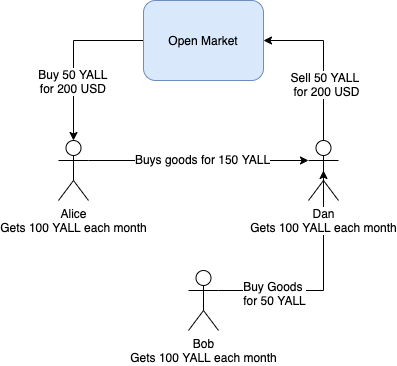
Earlier version of the draw.io export images/yalland-4.png (yalland-ubi/yalland-docs). Source tidied: cells renumbered, new cells last; positions are measured from the earlier drawing's top-left corner, leaving out a move shared by most shapes.
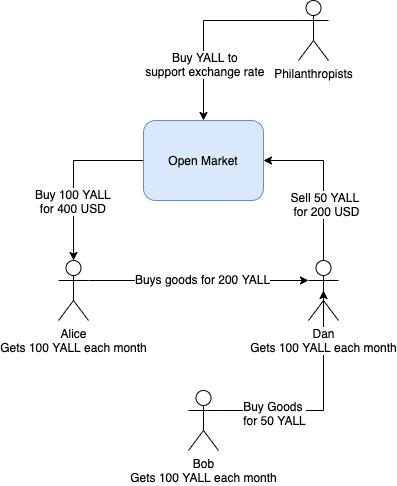
After the commit.

The edit, as a diff of the source:
```diff
@@ -5,7 +5,7 @@
     <mxCell id="2" style="edgeStyle=orthogonalEdgeStyle;rounded=0;jettySize=auto;html=1;exitX=1;exitY=0.3333333333333333;exitDx=0;exitDy=0;exitPerimeter=0;entryX=0;entryY=0.3333333333333333;entryDx=0;entryDy=0;entryPerimeter=0;" parent="1" edge="1" source="4" target="10">
       <mxGeometry relative="1" as="geometry" />
     </mxCell>
-    <mxCell id="3" value="Buys goods for 150 YALL" style="text;html=1;align=center;verticalAlign=middle;labelBackgroundColor=#ffffff;" parent="2" vertex="1">
+    <mxCell id="3" value="Buys goods for 200 YALL" style="text;html=1;align=center;verticalAlign=middle;labelBackgroundColor=#ffffff;" parent="2" vertex="1">
       <mxGeometry x="0.03" y="2" relative="1" as="geometry" />
     </mxCell>
     <mxCell id="4" value="Alice&lt;br&gt;Gets 100 YALL each month" style="shape=umlActor;verticalLabelPosition=bottom;labelBackgroundColor=#ffffff;verticalAlign=top;html=1;outlineConnect=0;" parent="1" vertex="1">
@@ -32,7 +32,7 @@
     <mxCell id="11" style="edgeStyle=orthogonalEdgeStyle;rounded=0;jettySize=auto;html=1;exitX=0;exitY=0.5;exitDx=0;exitDy=0;entryX=0.5;entryY=0;entryDx=0;entryDy=0;entryPerimeter=0;" parent="1" edge="1" source="13" target="4">
       <mxGeometry relative="1" as="geometry" />
     </mxCell>
-    <mxCell id="12" value="Buy 50 YALL &lt;br&gt;for 200 USD&amp;nbsp;" style="text;html=1;align=center;verticalAlign=middle;labelBackgroundColor=#ffffff;" parent="11" vertex="1">
+    <mxCell id="12" value="Buy 100 YALL &lt;br&gt;for 400 USD&amp;nbsp;" style="text;html=1;align=center;verticalAlign=middle;labelBackgroundColor=#ffffff;" parent="11" vertex="1">
       <mxGeometry x="-0.19" y="15" relative="1" as="geometry">
         <mxPoint x="-1" y="25" as="offset" />
       </mxGeometry>
@@ -40,5 +40,14 @@
     <mxCell id="13" value="Open Market" style="rounded=1;whiteSpace=wrap;html=1;fillColor=#dae8fc;strokeColor=#6c8ebf;" parent="1" vertex="1">
       <mxGeometry x="85" width="120" height="80" as="geometry" />
     </mxCell>
+    <mxCell id="14" style="edgeStyle=orthogonalEdgeStyle;rounded=0;jettySize=auto;html=1;exitX=0;exitY=0.3333333333333333;exitDx=0;exitDy=0;exitPerimeter=0;entryX=0.5;entryY=0;entryDx=0;entryDy=0;" parent="1" edge="1" source="16" target="13">
+      <mxGeometry relative="1" as="geometry" />
+    </mxCell>
+    <mxCell id="15" value="Buy YALL to &lt;br&gt;support exchange rate&amp;nbsp;" style="text;html=1;align=center;verticalAlign=middle;labelBackgroundColor=#ffffff;" parent="14" vertex="1">
+      <mxGeometry x="0.42" y="2" relative="1" as="geometry" />
+    </mxCell>
+    <mxCell id="16" value="Philanthropists" style="shape=umlActor;verticalLabelPosition=bottom;labelBackgroundColor=#ffffff;verticalAlign=top;html=1;outlineConnect=0;" parent="1" vertex="1">
+      <mxGeometry x="240" y="-120" width="30" height="60" as="geometry" />
+    </mxCell>
   </root>
 </mxGraphModel>
```
